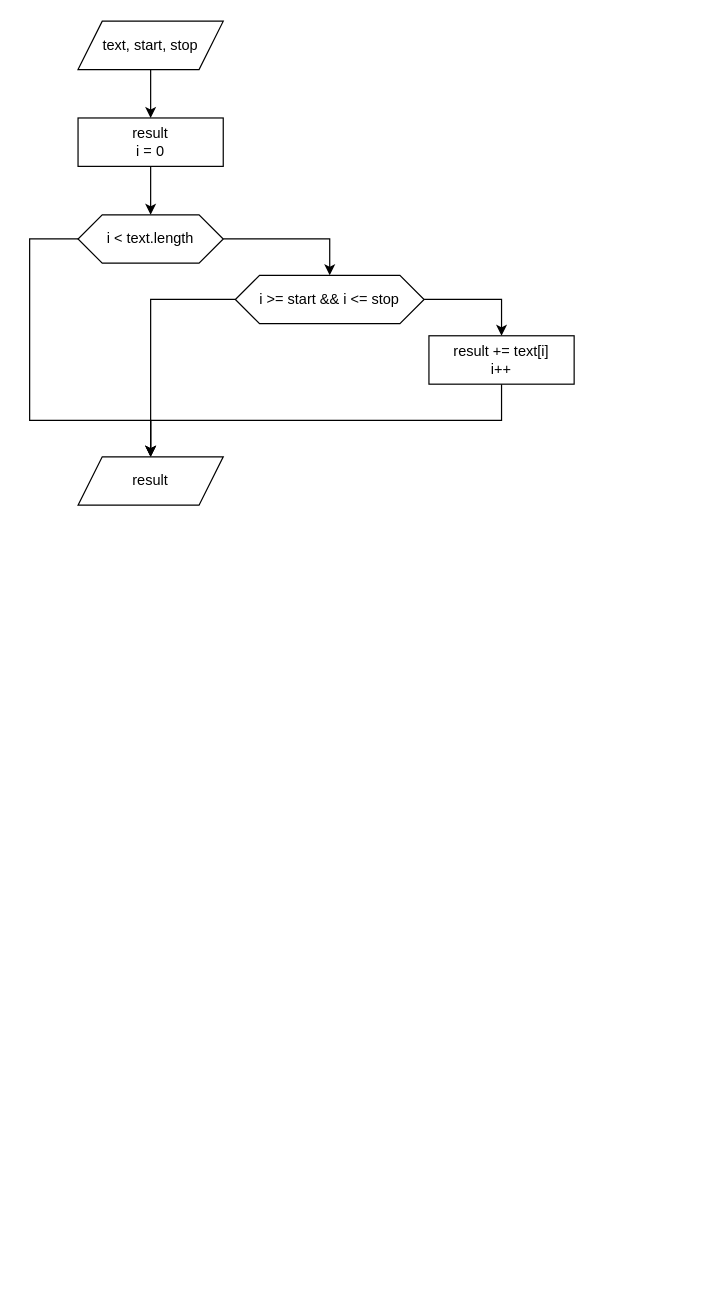
This is Strings bootcamp/flodesschema.drawio from damianamalraj/iths-jsu21-native-javascript, a draw.io file, before an edit. Source tidied: cells renumbered, new cells numbered last; positions are measured from the earlier drawing's top-left corner, leaving out a move shared by most shapes. Both pictures are drawn from the tidied source at 121%, with x=0, y=0 at pixel (29, 21).
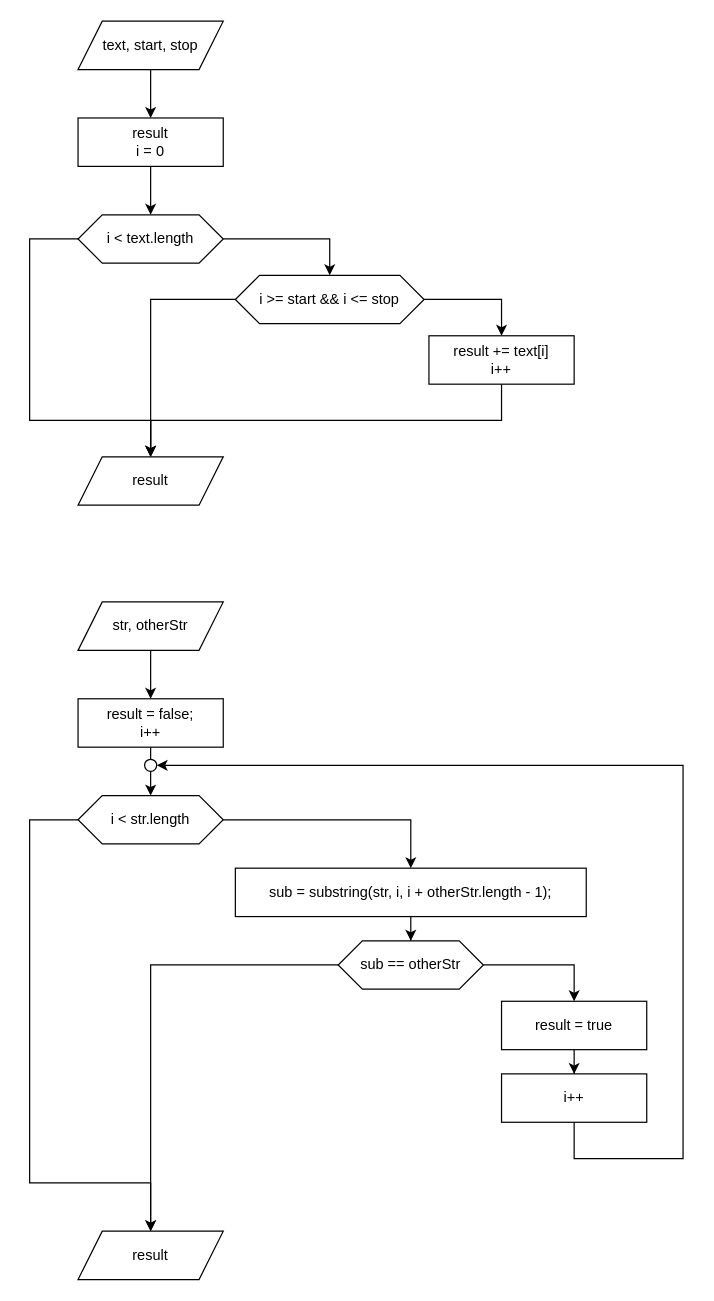
After the change.

Change to the diagram source:
```diff
@@
+    <mxCell id="15" style="edgeStyle=orthogonalEdgeStyle;rounded=0;jettySize=auto;html=1;" parent="1" edge="1" source="16" target="18">
+      <mxGeometry relative="1" as="geometry" />
+    </mxCell>
+    <mxCell id="16" value="str, otherStr" style="shape=parallelogram;perimeter=parallelogramPerimeter;whiteSpace=wrap;html=1;fixedSize=1;" parent="1" vertex="1">
+      <mxGeometry x="40" y="480" width="120" height="40" as="geometry" />
+    </mxCell>
+    <mxCell id="17" style="edgeStyle=orthogonalEdgeStyle;rounded=0;jettySize=auto;html=1;" parent="1" edge="1" source="18" target="21">
+      <mxGeometry relative="1" as="geometry" />
+    </mxCell>
+    <mxCell id="18" value="result = false;&lt;br&gt;i++" style="whiteSpace=wrap;html=1;" parent="1" vertex="1">
+      <mxGeometry x="40" y="560" width="120" height="40" as="geometry" />
+    </mxCell>
+    <mxCell id="19" style="edgeStyle=orthogonalEdgeStyle;rounded=0;jettySize=auto;html=1;" parent="1" edge="1" source="21" target="23">
+      <mxGeometry relative="1" as="geometry" />
+    </mxCell>
+    <mxCell id="20" style="edgeStyle=orthogonalEdgeStyle;rounded=0;jettySize=auto;html=1;entryX=0.5;entryY=0;entryDx=0;entryDy=0;" parent="1" edge="1" source="21" target="32">
+      <mxGeometry relative="1" as="geometry">
+        <Array as="points">
+          <mxPoint y="660" />
+          <mxPoint y="960" />
+          <mxPoint x="100" y="960" />
+        </Array>
+      </mxGeometry>
+    </mxCell>
+    <mxCell id="21" value="i &amp;lt; str.length" style="shape=hexagon;perimeter=hexagonPerimeter2;whiteSpace=wrap;html=1;fixedSize=1;" parent="1" vertex="1">
+      <mxGeometry x="40" y="640" width="120" height="40" as="geometry" />
+    </mxCell>
+    <mxCell id="22" style="edgeStyle=orthogonalEdgeStyle;rounded=0;jettySize=auto;html=1;" parent="1" edge="1" source="23" target="26">
+      <mxGeometry relative="1" as="geometry" />
+    </mxCell>
+    <mxCell id="23" value="sub = substring(str, i, i + otherStr.length - 1);" style="whiteSpace=wrap;html=1;" parent="1" vertex="1">
+      <mxGeometry x="170" y="700" width="290" height="40" as="geometry" />
+    </mxCell>
+    <mxCell id="24" style="edgeStyle=orthogonalEdgeStyle;rounded=0;jettySize=auto;html=1;" parent="1" edge="1" source="26" target="28">
+      <mxGeometry relative="1" as="geometry" />
+    </mxCell>
+    <mxCell id="25" style="edgeStyle=orthogonalEdgeStyle;rounded=0;jettySize=auto;html=1;entryX=0.5;entryY=0;entryDx=0;entryDy=0;" parent="1" edge="1" source="26" target="32">
+      <mxGeometry relative="1" as="geometry">
+        <Array as="points">
+          <mxPoint x="100" y="780" />
+        </Array>
+      </mxGeometry>
+    </mxCell>
+    <mxCell id="26" value="sub == otherStr" style="shape=hexagon;perimeter=hexagonPerimeter2;whiteSpace=wrap;html=1;fixedSize=1;" parent="1" vertex="1">
+      <mxGeometry x="255" y="760" width="120" height="40" as="geometry" />
+    </mxCell>
+    <mxCell id="27" style="edgeStyle=orthogonalEdgeStyle;rounded=0;jettySize=auto;html=1;" parent="1" edge="1" source="28" target="30">
+      <mxGeometry relative="1" as="geometry" />
+    </mxCell>
+    <mxCell id="28" value="result = true" style="whiteSpace=wrap;html=1;" parent="1" vertex="1">
+      <mxGeometry x="390" y="810" width="120" height="40" as="geometry" />
+    </mxCell>
+    <mxCell id="29" style="edgeStyle=orthogonalEdgeStyle;rounded=0;jettySize=auto;html=1;entryX=1;entryY=0.5;entryDx=0;entryDy=0;" parent="1" edge="1" source="30" target="31">
+      <mxGeometry relative="1" as="geometry">
+        <Array as="points">
+          <mxPoint x="450" y="940" />
+          <mxPoint x="540" y="940" />
+          <mxPoint x="540" y="615" />
+        </Array>
+      </mxGeometry>
+    </mxCell>
+    <mxCell id="30" value="i++" style="whiteSpace=wrap;html=1;" parent="1" vertex="1">
+      <mxGeometry x="390" y="870" width="120" height="40" as="geometry" />
+    </mxCell>
+    <mxCell id="31" style="ellipse;whiteSpace=wrap;html=1;" parent="1" vertex="1">
+      <mxGeometry x="95" y="610" width="10" height="10" as="geometry" />
+    </mxCell>
+    <mxCell id="32" value="result" style="shape=parallelogram;perimeter=parallelogramPerimeter;whiteSpace=wrap;html=1;fixedSize=1;" parent="1" vertex="1">
+      <mxGeometry x="40" y="1000" width="120" height="40" as="geometry" />
+    </mxCell>
```
